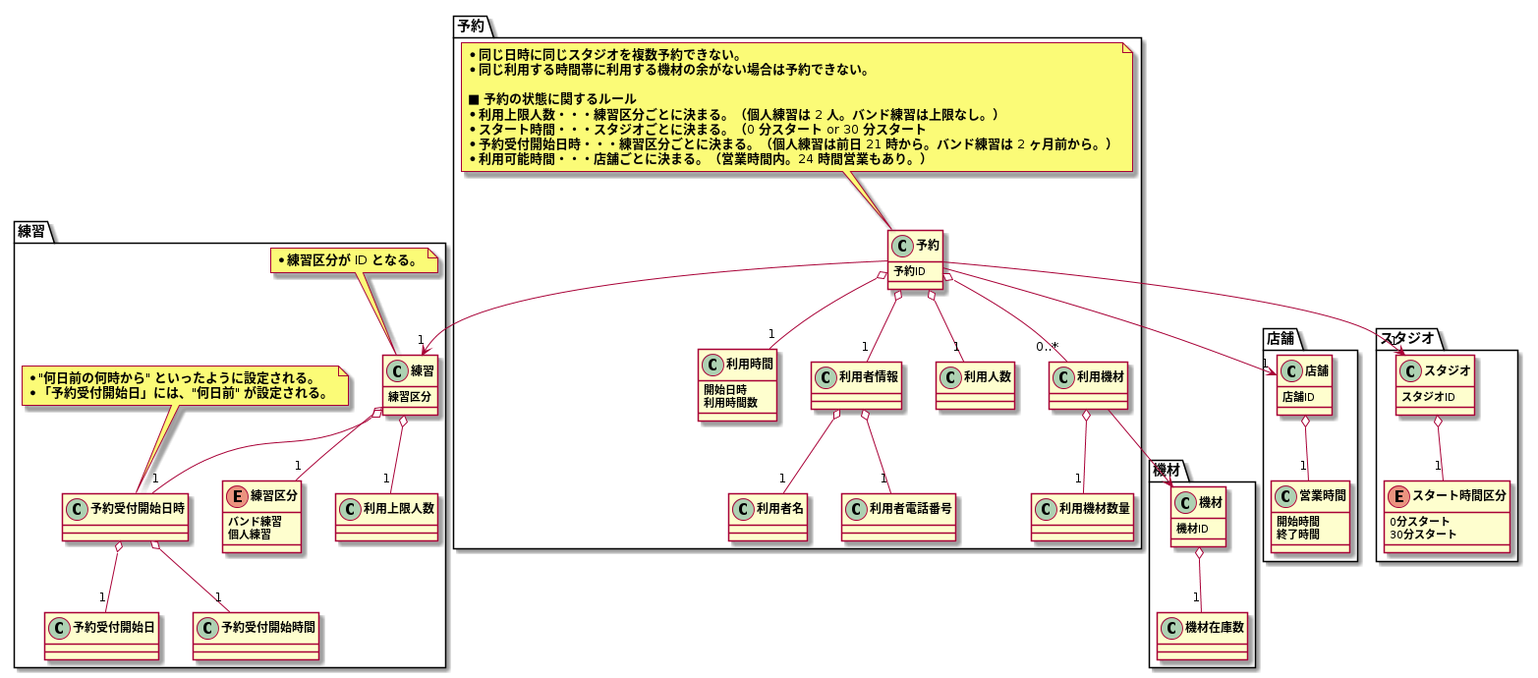
Earlier version of the PlantUML export modeling/07_DomainModel_予約/DomainModel.png (TakashiOnawa/ddd-practice-studio-reservation).
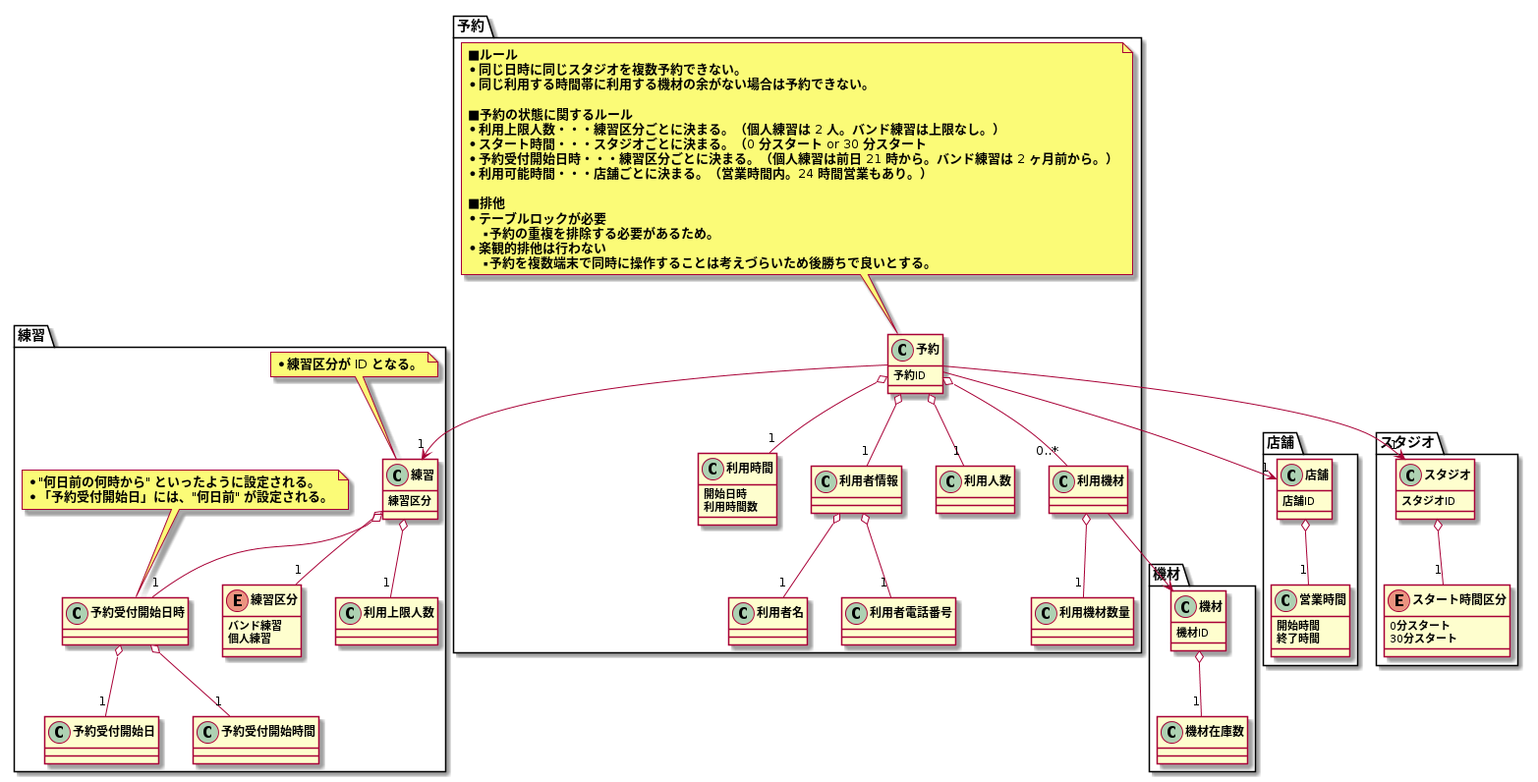
After the change.

Commit message:
各種モデル図を更新。

What changed in the source:
```diff
@@ -100,14 +100,21 @@
     予約 o-- "0..*" 利用機材
 
     note top of 予約
+    ■ルール
     * 同じ日時に同じスタジオを複数予約できない。
     * 同じ利用する時間帯に利用する機材の余がない場合は予約できない。
 
-    ■ 予約の状態に関するルール
+    ■予約の状態に関するルール
     * 利用上限人数・・・練習区分ごとに決まる。（個人練習は 2 人。バンド練習は上限なし。）
     * スタート時間・・・スタジオごとに決まる。（0 分スタート or 30 分スタート
     * 予約受付開始日時・・・練習区分ごとに決まる。（個人練習は前日 21 時から。バンド練習は 2 ヶ月前から。）
     * 利用可能時間・・・店舗ごとに決まる。（営業時間内。24 時間営業もあり。）
+
+    ■排他
+    * テーブルロックが必要
+    ** 予約の重複を排除する必要があるため。
+    * 楽観的排他は行わない
+    ** 予約を複数端末で同時に操作することは考えづらいため後勝ちで良いとする。
     end note
 }
 
```
